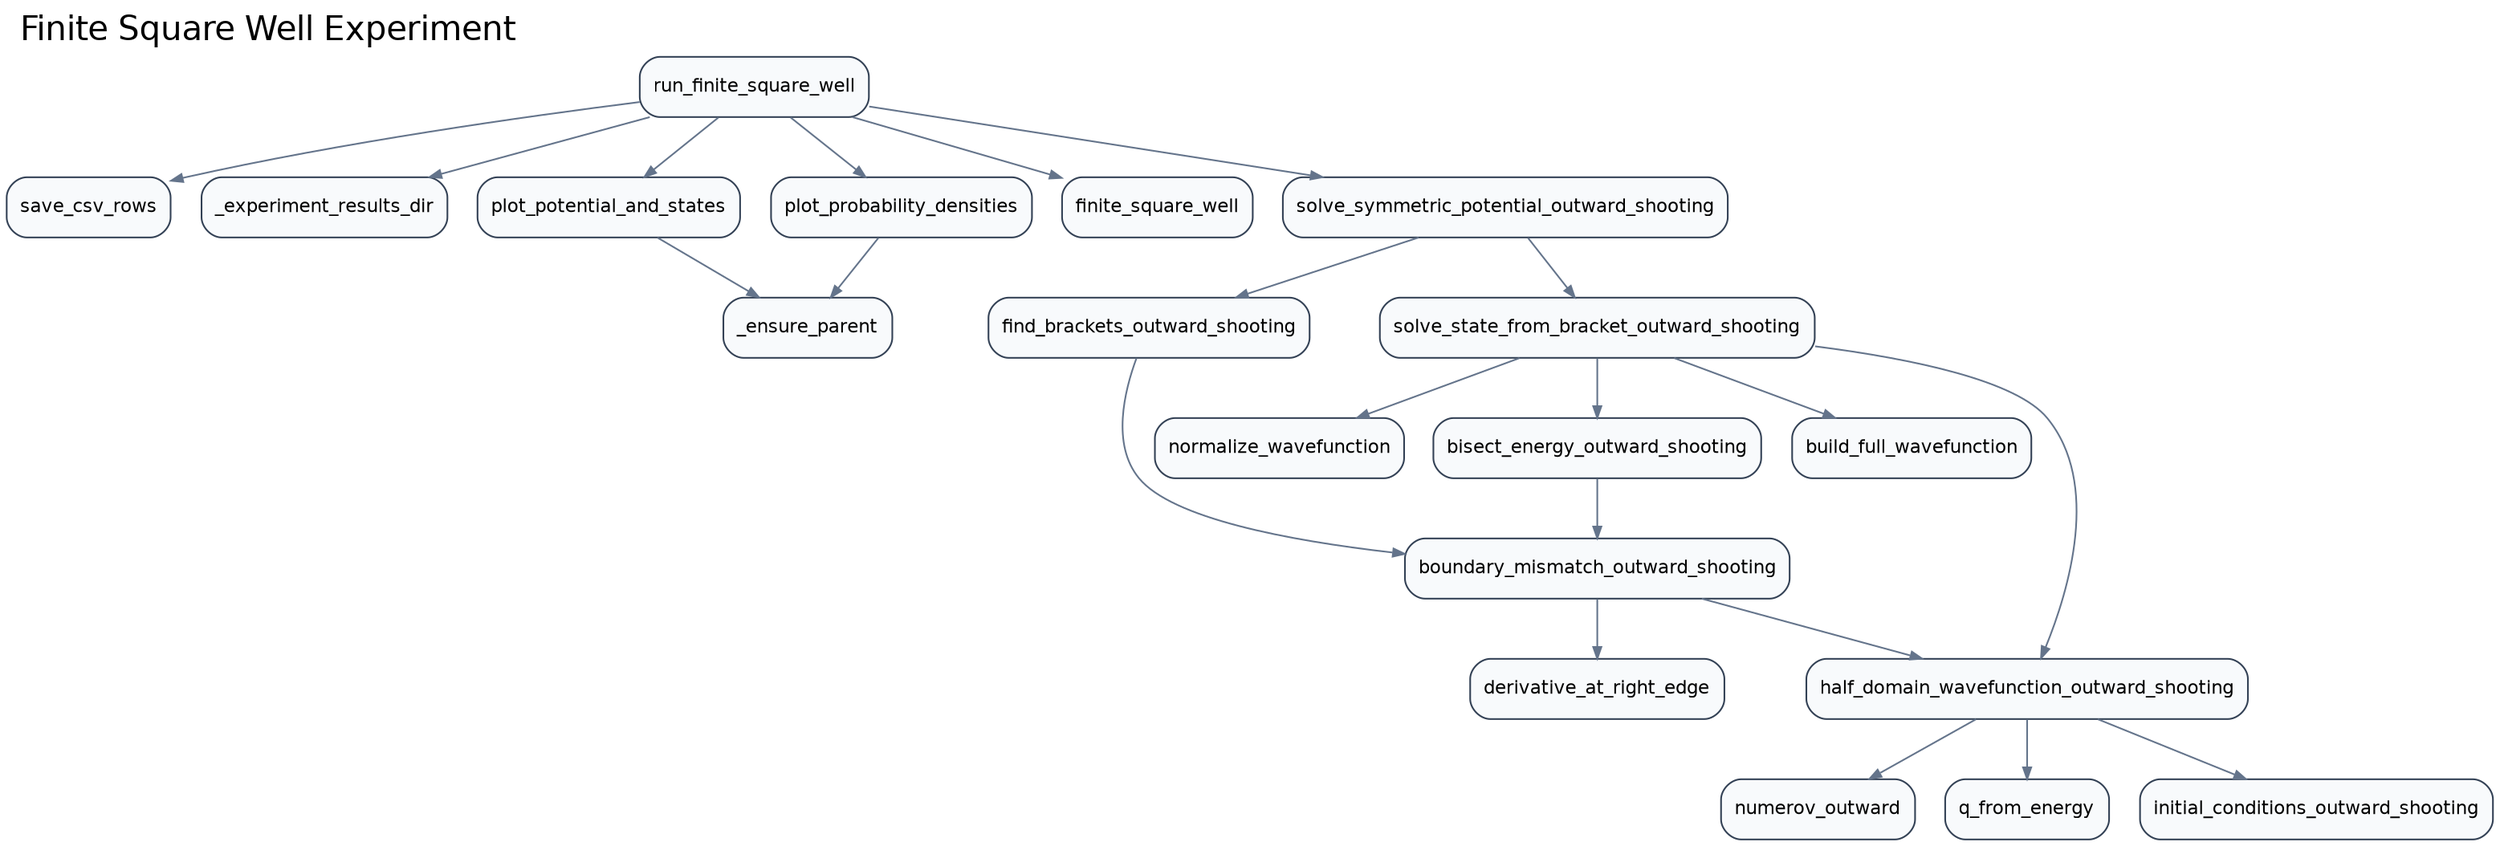
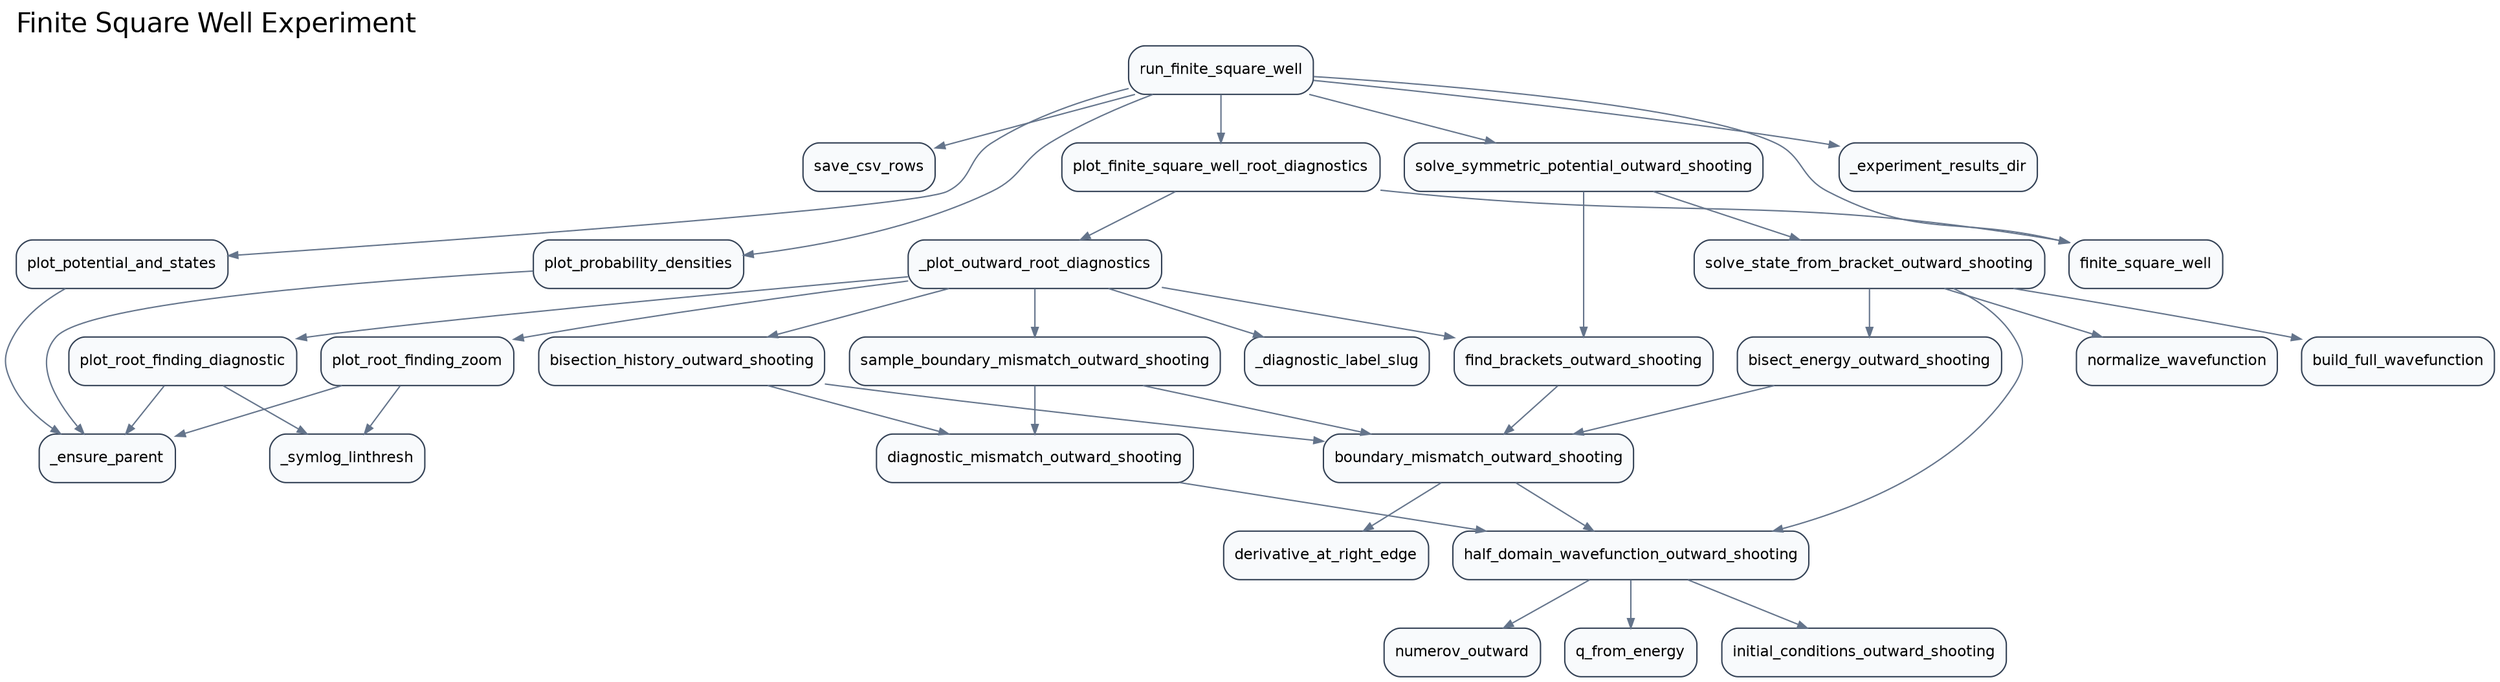
digraph G {
  rankdir="TB";
  graph [labeljust="l", labelloc="t", fontsize=20, fontname="Helvetica"];
  label="Finite Square Well Experiment";
  node [shape=box, style="rounded,filled", fillcolor="#F8FAFC", color="#334155", fontname="Helvetica", fontsize=11];
  edge [color="#64748B", arrowsize=0.7];
  src_analysis_save_csv_rows [label="save_csv_rows"];
+   src_diagnostics__diagnostic_label_slug [label="_diagnostic_label_slug"];
+   src_diagnostics__plot_outward_root_diagnostics [label="_plot_outward_root_diagnostics"];
+   src_diagnostics_plot_finite_square_well_root_diagnostics [label="plot_finite_square_well_root_diagnostics"];
  src_experiments__experiment_results_dir [label="_experiment_results_dir"];
  src_experiments_run_finite_square_well [label="run_finite_square_well"];
  src_numerov_derivative_at_right_edge [label="derivative_at_right_edge"];
  src_numerov_normalize_wavefunction [label="normalize_wavefunction"];
  src_numerov_numerov_outward [label="numerov_outward"];
  src_numerov_q_from_energy [label="q_from_energy"];
  src_plotting__ensure_parent [label="_ensure_parent"];
+   src_plotting__symlog_linthresh [label="_symlog_linthresh"];
  src_plotting_plot_potential_and_states [label="plot_potential_and_states"];
  src_plotting_plot_probability_densities [label="plot_probability_densities"];
+   src_plotting_plot_root_finding_diagnostic [label="plot_root_finding_diagnostic"];
+   src_plotting_plot_root_finding_zoom [label="plot_root_finding_zoom"];
  src_potentials_finite_square_well [label="finite_square_well"];
  src_shooting_bisect_energy_outward_shooting [label="bisect_energy_outward_shooting"];
+   src_shooting_bisection_history_outward_shooting [label="bisection_history_outward_shooting"];
  src_shooting_boundary_mismatch_outward_shooting [label="boundary_mismatch_outward_shooting"];
  src_shooting_build_full_wavefunction [label="build_full_wavefunction"];
+   src_shooting_diagnostic_mismatch_outward_shooting [label="diagnostic_mismatch_outward_shooting"];
  src_shooting_find_brackets_outward_shooting [label="find_brackets_outward_shooting"];
  src_shooting_half_domain_wavefunction_outward_shooting [label="half_domain_wavefunction_outward_shooting"];
  src_shooting_initial_conditions_outward_shooting [label="initial_conditions_outward_shooting"];
+   src_shooting_sample_boundary_mismatch_outward_shooting [label="sample_boundary_mismatch_outward_shooting"];
  src_shooting_solve_state_from_bracket_outward_shooting [label="solve_state_from_bracket_outward_shooting"];
  src_shooting_solve_symmetric_potential_outward_shooting [label="solve_symmetric_potential_outward_shooting"];
+   src_diagnostics__plot_outward_root_diagnostics -> src_diagnostics__diagnostic_label_slug;
+   src_diagnostics__plot_outward_root_diagnostics -> src_plotting_plot_root_finding_diagnostic;
+   src_diagnostics__plot_outward_root_diagnostics -> src_plotting_plot_root_finding_zoom;
+   src_diagnostics__plot_outward_root_diagnostics -> src_shooting_bisection_history_outward_shooting;
+   src_diagnostics__plot_outward_root_diagnostics -> src_shooting_find_brackets_outward_shooting;
+   src_diagnostics__plot_outward_root_diagnostics -> src_shooting_sample_boundary_mismatch_outward_shooting;
+   src_diagnostics_plot_finite_square_well_root_diagnostics -> src_diagnostics__plot_outward_root_diagnostics;
+   src_diagnostics_plot_finite_square_well_root_diagnostics -> src_potentials_finite_square_well;
  src_experiments_run_finite_square_well -> src_analysis_save_csv_rows;
+   src_experiments_run_finite_square_well -> src_diagnostics_plot_finite_square_well_root_diagnostics;
  src_experiments_run_finite_square_well -> src_experiments__experiment_results_dir;
  src_experiments_run_finite_square_well -> src_plotting_plot_potential_and_states;
  src_experiments_run_finite_square_well -> src_plotting_plot_probability_densities;
  src_experiments_run_finite_square_well -> src_potentials_finite_square_well;
  src_experiments_run_finite_square_well -> src_shooting_solve_symmetric_potential_outward_shooting;
  src_plotting_plot_potential_and_states -> src_plotting__ensure_parent;
  src_plotting_plot_probability_densities -> src_plotting__ensure_parent;
+   src_plotting_plot_root_finding_diagnostic -> src_plotting__ensure_parent;
+   src_plotting_plot_root_finding_diagnostic -> src_plotting__symlog_linthresh;
+   src_plotting_plot_root_finding_zoom -> src_plotting__ensure_parent;
+   src_plotting_plot_root_finding_zoom -> src_plotting__symlog_linthresh;
  src_shooting_bisect_energy_outward_shooting -> src_shooting_boundary_mismatch_outward_shooting;
+   src_shooting_bisection_history_outward_shooting -> src_shooting_boundary_mismatch_outward_shooting;
+   src_shooting_bisection_history_outward_shooting -> src_shooting_diagnostic_mismatch_outward_shooting;
  src_shooting_boundary_mismatch_outward_shooting -> src_numerov_derivative_at_right_edge;
  src_shooting_boundary_mismatch_outward_shooting -> src_shooting_half_domain_wavefunction_outward_shooting;
+   src_shooting_diagnostic_mismatch_outward_shooting -> src_shooting_half_domain_wavefunction_outward_shooting;
  src_shooting_find_brackets_outward_shooting -> src_shooting_boundary_mismatch_outward_shooting;
  src_shooting_half_domain_wavefunction_outward_shooting -> src_numerov_numerov_outward;
  src_shooting_half_domain_wavefunction_outward_shooting -> src_numerov_q_from_energy;
  src_shooting_half_domain_wavefunction_outward_shooting -> src_shooting_initial_conditions_outward_shooting;
+   src_shooting_sample_boundary_mismatch_outward_shooting -> src_shooting_boundary_mismatch_outward_shooting;
+   src_shooting_sample_boundary_mismatch_outward_shooting -> src_shooting_diagnostic_mismatch_outward_shooting;
  src_shooting_solve_state_from_bracket_outward_shooting -> src_numerov_normalize_wavefunction;
  src_shooting_solve_state_from_bracket_outward_shooting -> src_shooting_bisect_energy_outward_shooting;
  src_shooting_solve_state_from_bracket_outward_shooting -> src_shooting_build_full_wavefunction;
  src_shooting_solve_state_from_bracket_outward_shooting -> src_shooting_half_domain_wavefunction_outward_shooting;
  src_shooting_solve_symmetric_potential_outward_shooting -> src_shooting_find_brackets_outward_shooting;
  src_shooting_solve_symmetric_potential_outward_shooting -> src_shooting_solve_state_from_bracket_outward_shooting;
}
